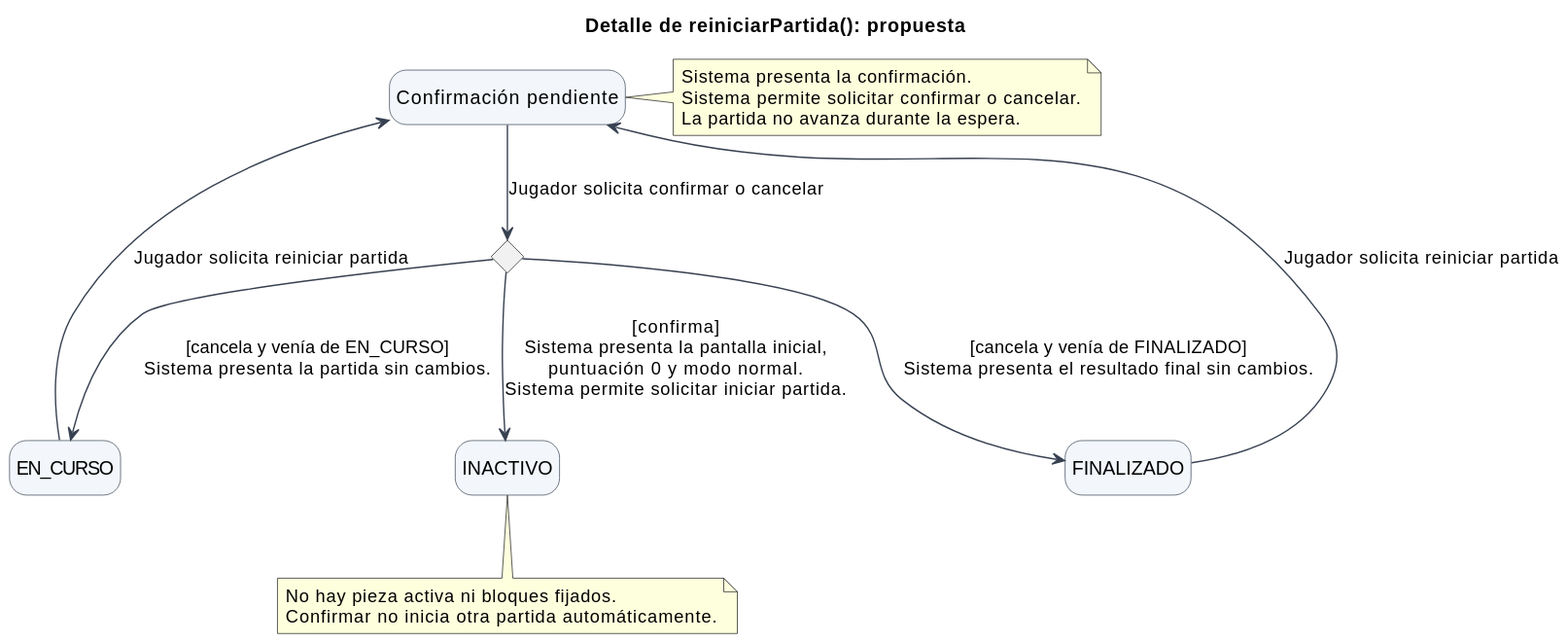
mmasias/26-27-idsw1 keeps this PlantUML diagram as entregas/gonzalezMarcos/images/reiniciarPartida.svg. Above is the earlier version. Source of this version:
```plantuml
@startuml
skinparam backgroundColor white
skinparam shadowing false
skinparam defaultFontName SansSerif
skinparam ArrowColor #374151
skinparam stateBackgroundColor #F3F7FC
skinparam stateBorderColor #374151
hide empty description

title Detalle de reiniciarPartida(): propuesta

state EN_CURSO
state FINALIZADO
state "Confirmación pendiente" as Confirmacion
state Respuesta <<choice>>
state INACTIVO

EN_CURSO --> Confirmacion : Jugador solicita reiniciar partida
FINALIZADO --> Confirmacion : Jugador solicita reiniciar partida

note right of Confirmacion
  Sistema presenta la confirmación.
  Sistema permite solicitar confirmar o cancelar.
  La partida no avanza durante la espera.
end note

Confirmacion --> Respuesta : Jugador solicita confirmar o cancelar
Respuesta --> INACTIVO : [confirma]\nSistema presenta la pantalla inicial,\npuntuación 0 y modo normal.\nSistema permite solicitar iniciar partida.
Respuesta --> EN_CURSO : [cancela y venía de EN_CURSO]\nSistema presenta la partida sin cambios.
Respuesta --> FINALIZADO : [cancela y venía de FINALIZADO]\nSistema presenta el resultado final sin cambios.

note bottom of INACTIVO
  No hay pieza activa ni bloques fijados.
  Confirmar no inicia otra partida automáticamente.
end note
@enduml
```
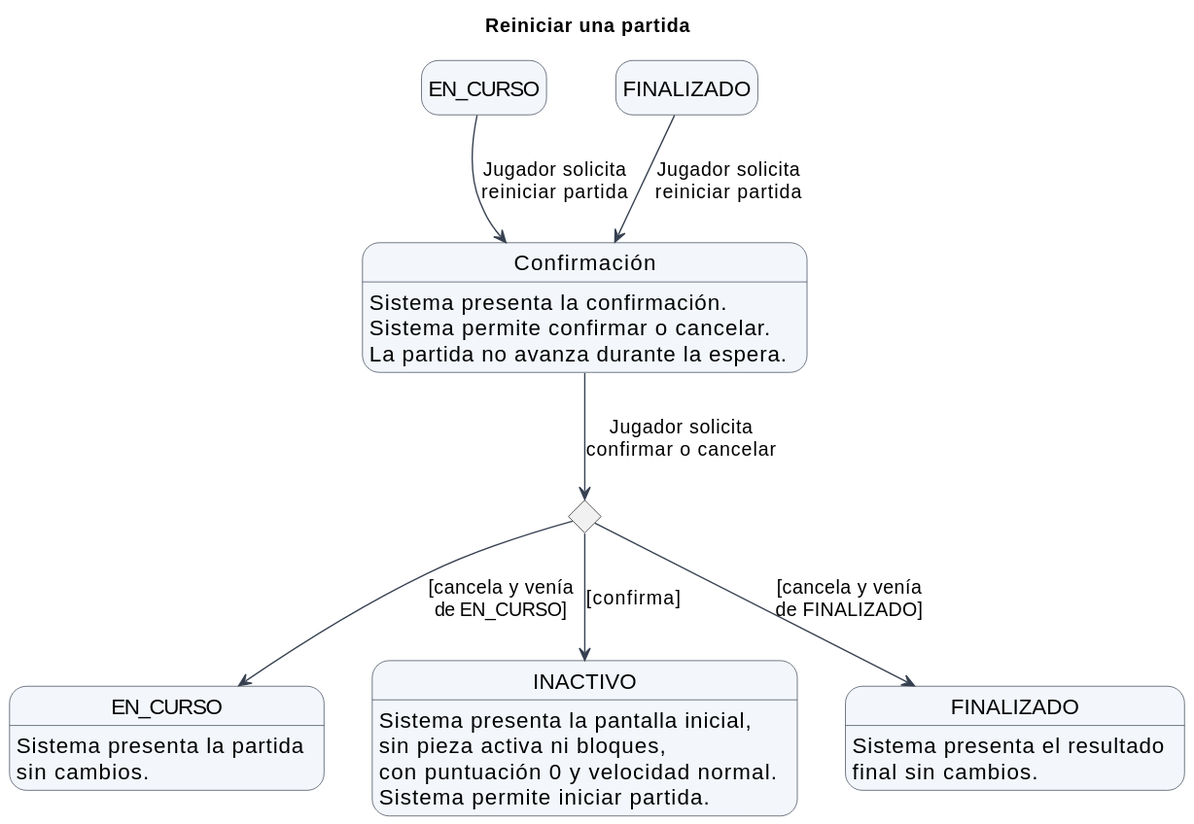
The same file after the commit.

Commit message:
refactor: mejorar navegacion y diagramas

The edit, as a diff of the source:
```diff
@@ -2,35 +2,41 @@
 skinparam backgroundColor white
 skinparam shadowing false
 skinparam defaultFontName SansSerif
+skinparam defaultFontSize 14
+skinparam stateFontSize 16
 skinparam ArrowColor #374151
 skinparam stateBackgroundColor #F3F7FC
 skinparam stateBorderColor #374151
 hide empty description
 
-title Detalle de reiniciarPartida(): propuesta
+title Reiniciar una partida
 
-state EN_CURSO
-state FINALIZADO
-state "Confirmación pendiente" as Confirmacion
+state "EN_CURSO" as EnCursoAntes
+state "FINALIZADO" as FinalizadoAntes
+state "Confirmación" as Confirmacion
 state Respuesta <<choice>>
-state INACTIVO
+state "EN_CURSO" as EnCursoDespues
+state "INACTIVO" as Inactivo
+state "FINALIZADO" as FinalizadoDespues
 
-EN_CURSO --> Confirmacion : Jugador solicita reiniciar partida
-FINALIZADO --> Confirmacion : Jugador solicita reiniciar partida
+EnCursoAntes --> Confirmacion : Jugador solicita\nreiniciar partida
+FinalizadoAntes --> Confirmacion : Jugador solicita\nreiniciar partida
 
-note right of Confirmacion
-  Sistema presenta la confirmación.
-  Sistema permite solicitar confirmar o cancelar.
-  La partida no avanza durante la espera.
-end note
+Confirmacion : Sistema presenta la confirmación.
+Confirmacion : Sistema permite confirmar o cancelar.
+Confirmacion : La partida no avanza durante la espera.
 
-Confirmacion --> Respuesta : Jugador solicita confirmar o cancelar
-Respuesta --> INACTIVO : [confirma]\nSistema presenta la pantalla inicial,\npuntuación 0 y modo normal.\nSistema permite solicitar iniciar partida.
-Respuesta --> EN_CURSO : [cancela y venía de EN_CURSO]\nSistema presenta la partida sin cambios.
-Respuesta --> FINALIZADO : [cancela y venía de FINALIZADO]\nSistema presenta el resultado final sin cambios.
+Confirmacion --> Respuesta : Jugador solicita\nconfirmar o cancelar
+Respuesta --> EnCursoDespues : [cancela y venía\nde EN_CURSO]
+Respuesta --> Inactivo : [confirma]
+Respuesta --> FinalizadoDespues : [cancela y venía\nde FINALIZADO]
 
-note bottom of INACTIVO
-  No hay pieza activa ni bloques fijados.
-  Confirmar no inicia otra partida automáticamente.
-end note
+EnCursoDespues : Sistema presenta la partida
+EnCursoDespues : sin cambios.
+Inactivo : Sistema presenta la pantalla inicial,
+Inactivo : sin pieza activa ni bloques,
+Inactivo : con puntuación 0 y velocidad normal.
+Inactivo : Sistema permite iniciar partida.
+FinalizadoDespues : Sistema presenta el resultado
+FinalizadoDespues : final sin cambios.
 @enduml
```
